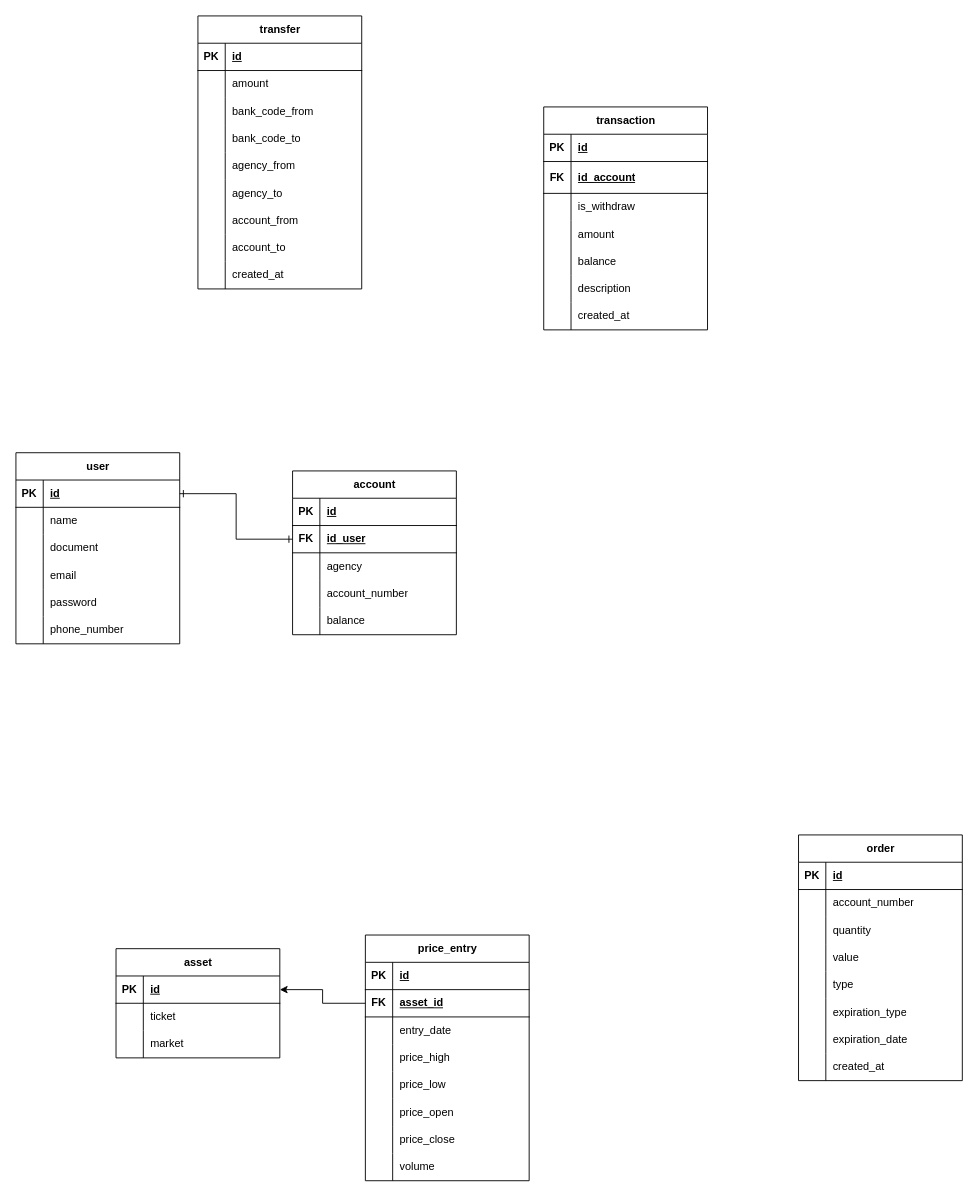
The draw.io diagram page "ER" (2 of 3) of docs/diagrams/trading-platform.drawio in high-effort-low-stress/trade-platform, before the edit. Source tidied: cells renumbered, new cells numbered last; positions are measured from the earlier drawing's top-left corner, leaving out a move shared by most shapes. Both pictures are drawn from the tidied source at 91%, with x=0, y=0 at pixel (15, 15).
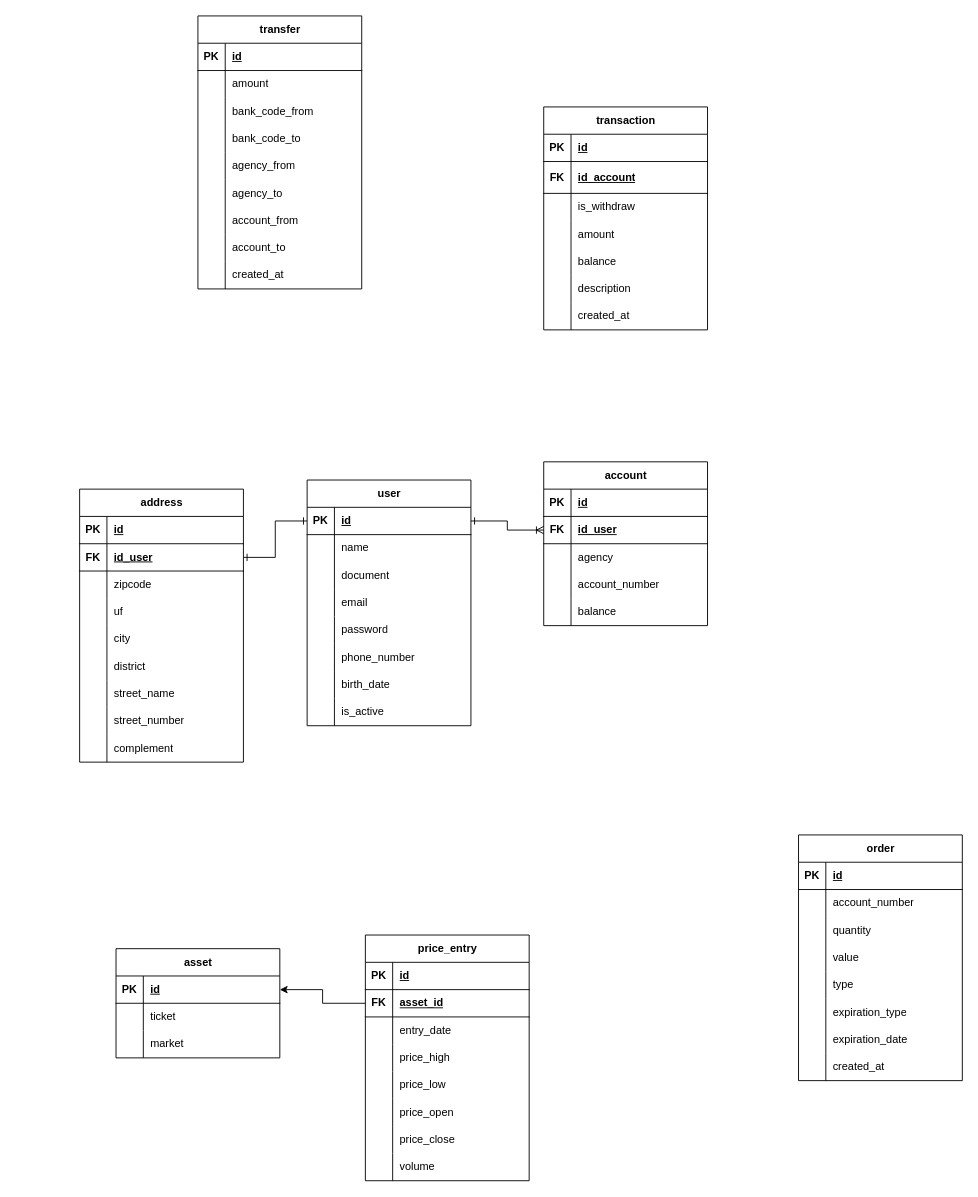
Above is the later version.

Commit message (it also covers changes not shown here):
docs: add address table

Unchanged cells that the change refers to:
```xml
<mxCell id="3" style="shape=tableRow;horizontal=0;startSize=0;swimlaneHead=0;swimlaneBody=0;fillColor=none;points=[[0,0.5],[1,0.5]];portConstraint=eastwest;top=0;left=0;right=0;bottom=1;" parent="2" vertex="1">
  <mxGeometry y="30" width="180" height="30" as="geometry" />
</mxCell>
<mxCell id="25" style="shape=tableRow;horizontal=0;startSize=0;swimlaneHead=0;swimlaneBody=0;fillColor=none;points=[[0,0.5],[1,0.5]];portConstraint=eastwest;top=0;left=0;right=0;bottom=1;" parent="21" vertex="1">
  <mxGeometry y="60" width="180" height="30" as="geometry" />
</mxCell>
```

The edit, as a diff of the source:
```diff
@@
     <mxCell id="2" value="user" style="shape=table;startSize=30;childLayout=tableLayout;rowLines=0;fontStyle=1;align=center;html=1;" parent="1" vertex="1">
-      <mxGeometry y="480" width="180" height="210" as="geometry" />
+      <mxGeometry x="320" y="510" width="180" height="270" as="geometry" />
     </mxCell>
@@
+    <mxCell id="149" style="shape=tableRow;horizontal=0;startSize=0;swimlaneHead=0;swimlaneBody=0;fillColor=none;top=0;left=0;right=0;bottom=0;" parent="2" vertex="1">
+      <mxGeometry y="180" width="180" height="30" as="geometry" />
+    </mxCell>
+    <mxCell id="150" style="shape=partialRectangle;fillColor=none;top=0;left=0;bottom=0;right=0;overflow=hidden;whiteSpace=wrap;html=1;" parent="149" vertex="1">
+      <mxGeometry width="30" height="30" as="geometry" />
+    </mxCell>
+    <mxCell id="151" value="phone_number" style="shape=partialRectangle;fillColor=none;top=0;left=0;bottom=0;right=0;align=left;spacingLeft=6;overflow=hidden;whiteSpace=wrap;html=1;" parent="149" vertex="1">
+      <mxGeometry x="30" width="150" height="30" as="geometry" />
+    </mxCell>
     <mxCell id="18" style="shape=tableRow;horizontal=0;startSize=0;swimlaneHead=0;swimlaneBody=0;fillColor=none;top=0;left=0;right=0;bottom=0;" parent="2" vertex="1">
-      <mxGeometry y="180" width="180" height="30" as="geometry" />
+      <mxGeometry y="210" width="180" height="30" as="geometry" />
     </mxCell>
@@
-    <mxCell id="20" value="phone_number" style="shape=partialRectangle;fillColor=none;top=0;left=0;bottom=0;right=0;align=left;spacingLeft=6;overflow=hidden;whiteSpace=wrap;html=1;" parent="18" vertex="1">
+    <mxCell id="20" value="birth_date" style="shape=partialRectangle;fillColor=none;top=0;left=0;bottom=0;right=0;align=left;spacingLeft=6;overflow=hidden;whiteSpace=wrap;html=1;" parent="18" vertex="1">
       <mxGeometry x="30" width="150" height="30" as="geometry" />
     </mxCell>
+    <mxCell id="152" style="shape=tableRow;horizontal=0;startSize=0;swimlaneHead=0;swimlaneBody=0;fillColor=none;top=0;left=0;right=0;bottom=0;" parent="2" vertex="1">
+      <mxGeometry y="240" width="180" height="30" as="geometry" />
+    </mxCell>
+    <mxCell id="153" style="shape=partialRectangle;fillColor=none;top=0;left=0;bottom=0;right=0;overflow=hidden;whiteSpace=wrap;html=1;" parent="152" vertex="1">
+      <mxGeometry width="30" height="30" as="geometry" />
+    </mxCell>
+    <mxCell id="154" value="is_active" style="shape=partialRectangle;fillColor=none;top=0;left=0;bottom=0;right=0;align=left;spacingLeft=6;overflow=hidden;whiteSpace=wrap;html=1;" parent="152" vertex="1">
+      <mxGeometry x="30" width="150" height="30" as="geometry" />
+    </mxCell>
     <mxCell id="21" value="account" style="shape=table;startSize=30;childLayout=tableLayout;rowLines=0;fontStyle=1;align=center;html=1;" parent="1" vertex="1">
-      <mxGeometry x="304" y="500" width="180" height="180" as="geometry" />
+      <mxGeometry x="580" y="490" width="180" height="180" as="geometry" />
     </mxCell>
@@
-    <mxCell id="37" style="edgeStyle=orthogonalEdgeStyle;rounded=0;jettySize=auto;html=1;entryX=1;entryY=0.5;entryDx=0;entryDy=0;strokeColor=default;startArrow=ERone;startFill=0;endArrow=ERone;endFill=0;" parent="1" edge="1" source="25" target="3">
+    <mxCell id="37" style="edgeStyle=orthogonalEdgeStyle;rounded=0;jettySize=auto;html=1;entryX=1;entryY=0.5;entryDx=0;entryDy=0;strokeColor=default;startArrow=ERoneToMany;startFill=0;endArrow=ERone;endFill=0;" parent="1" edge="1" source="25" target="3">
       <mxGeometry relative="1" as="geometry" />
     </mxCell>
@@
+    <mxCell id="155" value="address" style="shape=table;startSize=30;childLayout=tableLayout;rowLines=0;fontStyle=1;align=center;html=1;" parent="1" vertex="1">
+      <mxGeometry x="70" y="520" width="180" height="300" as="geometry" />
+    </mxCell>
+    <mxCell id="156" style="shape=tableRow;horizontal=0;startSize=0;swimlaneHead=0;swimlaneBody=0;fillColor=none;top=0;left=0;right=0;bottom=1;" parent="155" vertex="1">
+      <mxGeometry y="30" width="180" height="30" as="geometry" />
+    </mxCell>
+    <mxCell id="157" value="PK" style="shape=partialRectangle;fillColor=none;top=0;left=0;bottom=0;right=0;fontStyle=1;overflow=hidden;whiteSpace=wrap;html=1;" parent="156" vertex="1">
+      <mxGeometry width="30" height="30" as="geometry" />
+    </mxCell>
+    <mxCell id="158" value="id" style="shape=partialRectangle;fillColor=none;top=0;left=0;bottom=0;right=0;align=left;spacingLeft=6;fontStyle=5;overflow=hidden;whiteSpace=wrap;html=1;" parent="156" vertex="1">
+      <mxGeometry x="30" width="150" height="30" as="geometry" />
+    </mxCell>
+    <mxCell id="159" style="shape=tableRow;horizontal=0;startSize=0;swimlaneHead=0;swimlaneBody=0;fillColor=none;points=[[0,0.5],[1,0.5]];portConstraint=eastwest;top=0;left=0;right=0;bottom=1;" parent="155" vertex="1">
+      <mxGeometry y="60" width="180" height="30" as="geometry" />
+    </mxCell>
+    <mxCell id="160" value="FK" style="shape=partialRectangle;fillColor=none;top=0;left=0;bottom=0;right=0;fontStyle=1;overflow=hidden;whiteSpace=wrap;html=1;" parent="159" vertex="1">
+      <mxGeometry width="30" height="30" as="geometry" />
+    </mxCell>
+    <mxCell id="161" value="id_user" style="shape=partialRectangle;fillColor=none;top=0;left=0;bottom=0;right=0;align=left;spacingLeft=6;fontStyle=5;overflow=hidden;whiteSpace=wrap;html=1;" parent="159" vertex="1">
+      <mxGeometry x="30" width="150" height="30" as="geometry" />
+    </mxCell>
+    <mxCell id="162" style="shape=tableRow;horizontal=0;startSize=0;swimlaneHead=0;swimlaneBody=0;fillColor=none;top=0;left=0;right=0;bottom=0;" parent="155" vertex="1">
+      <mxGeometry y="90" width="180" height="30" as="geometry" />
+    </mxCell>
+    <mxCell id="163" style="shape=partialRectangle;fillColor=none;top=0;left=0;bottom=0;right=0;overflow=hidden;whiteSpace=wrap;html=1;" parent="162" vertex="1">
+      <mxGeometry width="30" height="30" as="geometry" />
+    </mxCell>
+    <mxCell id="164" value="zipcode" style="shape=partialRectangle;fillColor=none;top=0;left=0;bottom=0;right=0;align=left;spacingLeft=6;overflow=hidden;whiteSpace=wrap;html=1;" parent="162" vertex="1">
+      <mxGeometry x="30" width="150" height="30" as="geometry" />
+    </mxCell>
+    <mxCell id="165" style="shape=tableRow;horizontal=0;startSize=0;swimlaneHead=0;swimlaneBody=0;fillColor=none;top=0;left=0;right=0;bottom=0;" parent="155" vertex="1">
+      <mxGeometry y="120" width="180" height="30" as="geometry" />
+    </mxCell>
+    <mxCell id="166" style="shape=partialRectangle;fillColor=none;top=0;left=0;bottom=0;right=0;overflow=hidden;whiteSpace=wrap;html=1;" parent="165" vertex="1">
+      <mxGeometry width="30" height="30" as="geometry" />
+    </mxCell>
+    <mxCell id="167" value="uf" style="shape=partialRectangle;fillColor=none;top=0;left=0;bottom=0;right=0;align=left;spacingLeft=6;overflow=hidden;whiteSpace=wrap;html=1;" parent="165" vertex="1">
+      <mxGeometry x="30" width="150" height="30" as="geometry" />
+    </mxCell>
+    <mxCell id="168" style="shape=tableRow;horizontal=0;startSize=0;swimlaneHead=0;swimlaneBody=0;fillColor=none;top=0;left=0;right=0;bottom=0;" parent="155" vertex="1">
+      <mxGeometry y="150" width="180" height="30" as="geometry" />
+    </mxCell>
+    <mxCell id="169" style="shape=partialRectangle;fillColor=none;top=0;left=0;bottom=0;right=0;overflow=hidden;whiteSpace=wrap;html=1;" parent="168" vertex="1">
+      <mxGeometry width="30" height="30" as="geometry" />
+    </mxCell>
+    <mxCell id="170" value="city" style="shape=partialRectangle;fillColor=none;top=0;left=0;bottom=0;right=0;align=left;spacingLeft=6;overflow=hidden;whiteSpace=wrap;html=1;" parent="168" vertex="1">
+      <mxGeometry x="30" width="150" height="30" as="geometry" />
+    </mxCell>
+    <mxCell id="171" style="shape=tableRow;horizontal=0;startSize=0;swimlaneHead=0;swimlaneBody=0;fillColor=none;top=0;left=0;right=0;bottom=0;" parent="155" vertex="1">
+      <mxGeometry y="180" width="180" height="30" as="geometry" />
+    </mxCell>
+    <mxCell id="172" style="shape=partialRectangle;fillColor=none;top=0;left=0;bottom=0;right=0;overflow=hidden;whiteSpace=wrap;html=1;" parent="171" vertex="1">
+      <mxGeometry width="30" height="30" as="geometry" />
+    </mxCell>
+    <mxCell id="173" value="district" style="shape=partialRectangle;fillColor=none;top=0;left=0;bottom=0;right=0;align=left;spacingLeft=6;overflow=hidden;whiteSpace=wrap;html=1;" parent="171" vertex="1">
+      <mxGeometry x="30" width="150" height="30" as="geometry" />
+    </mxCell>
+    <mxCell id="174" style="shape=tableRow;horizontal=0;startSize=0;swimlaneHead=0;swimlaneBody=0;fillColor=none;top=0;left=0;right=0;bottom=0;" parent="155" vertex="1">
+      <mxGeometry y="210" width="180" height="30" as="geometry" />
+    </mxCell>
+    <mxCell id="175" style="shape=partialRectangle;fillColor=none;top=0;left=0;bottom=0;right=0;overflow=hidden;whiteSpace=wrap;html=1;" parent="174" vertex="1">
+      <mxGeometry width="30" height="30" as="geometry" />
+    </mxCell>
+    <mxCell id="176" value="street_name" style="shape=partialRectangle;fillColor=none;top=0;left=0;bottom=0;right=0;align=left;spacingLeft=6;overflow=hidden;whiteSpace=wrap;html=1;" parent="174" vertex="1">
+      <mxGeometry x="30" width="150" height="30" as="geometry" />
+    </mxCell>
+    <mxCell id="177" style="shape=tableRow;horizontal=0;startSize=0;swimlaneHead=0;swimlaneBody=0;fillColor=none;top=0;left=0;right=0;bottom=0;" parent="155" vertex="1">
+      <mxGeometry y="240" width="180" height="30" as="geometry" />
+    </mxCell>
+    <mxCell id="178" style="shape=partialRectangle;fillColor=none;top=0;left=0;bottom=0;right=0;overflow=hidden;whiteSpace=wrap;html=1;" parent="177" vertex="1">
+      <mxGeometry width="30" height="30" as="geometry" />
+    </mxCell>
+    <mxCell id="179" value="street_number" style="shape=partialRectangle;fillColor=none;top=0;left=0;bottom=0;right=0;align=left;spacingLeft=6;overflow=hidden;whiteSpace=wrap;html=1;" parent="177" vertex="1">
+      <mxGeometry x="30" width="150" height="30" as="geometry" />
+    </mxCell>
+    <mxCell id="180" style="shape=tableRow;horizontal=0;startSize=0;swimlaneHead=0;swimlaneBody=0;fillColor=none;top=0;left=0;right=0;bottom=0;" parent="155" vertex="1">
+      <mxGeometry y="270" width="180" height="30" as="geometry" />
+    </mxCell>
+    <mxCell id="181" style="shape=partialRectangle;fillColor=none;top=0;left=0;bottom=0;right=0;overflow=hidden;whiteSpace=wrap;html=1;" parent="180" vertex="1">
+      <mxGeometry width="30" height="30" as="geometry" />
+    </mxCell>
+    <mxCell id="182" value="complement" style="shape=partialRectangle;fillColor=none;top=0;left=0;bottom=0;right=0;align=left;spacingLeft=6;overflow=hidden;whiteSpace=wrap;html=1;" parent="180" vertex="1">
+      <mxGeometry x="30" width="150" height="30" as="geometry" />
+    </mxCell>
+    <mxCell id="183" style="edgeStyle=orthogonalEdgeStyle;rounded=0;jettySize=auto;html=1;entryX=0;entryY=0.5;entryDx=0;entryDy=0;strokeColor=none;" parent="1" edge="1" source="159" target="3">
+      <mxGeometry relative="1" as="geometry" />
+    </mxCell>
+    <mxCell id="184" style="edgeStyle=orthogonalEdgeStyle;rounded=0;jettySize=auto;html=1;endArrow=ERone;endFill=0;startArrow=ERone;startFill=0;" parent="1" edge="1" source="159" target="3">
+      <mxGeometry relative="1" as="geometry" />
+    </mxCell>
```
